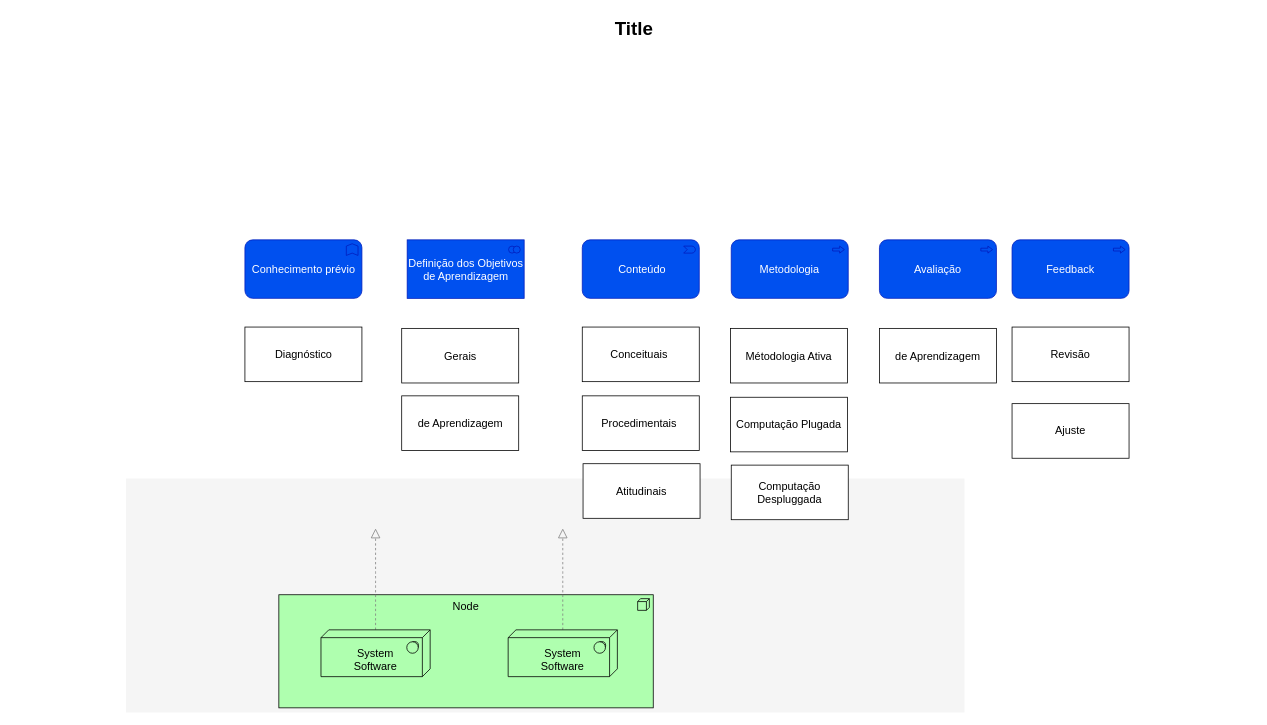
The draw.io diagram Plano 1.drawio in RosianeSangali/RosianeSangali, before the edit. Source tidied: cells renumbered, new cells numbered last; positions are measured from the earlier drawing's top-left corner, leaving out a move shared by most shapes. Both pictures are drawn from the tidied source at 78%, with x=0, y=0 at pixel (13, 13).
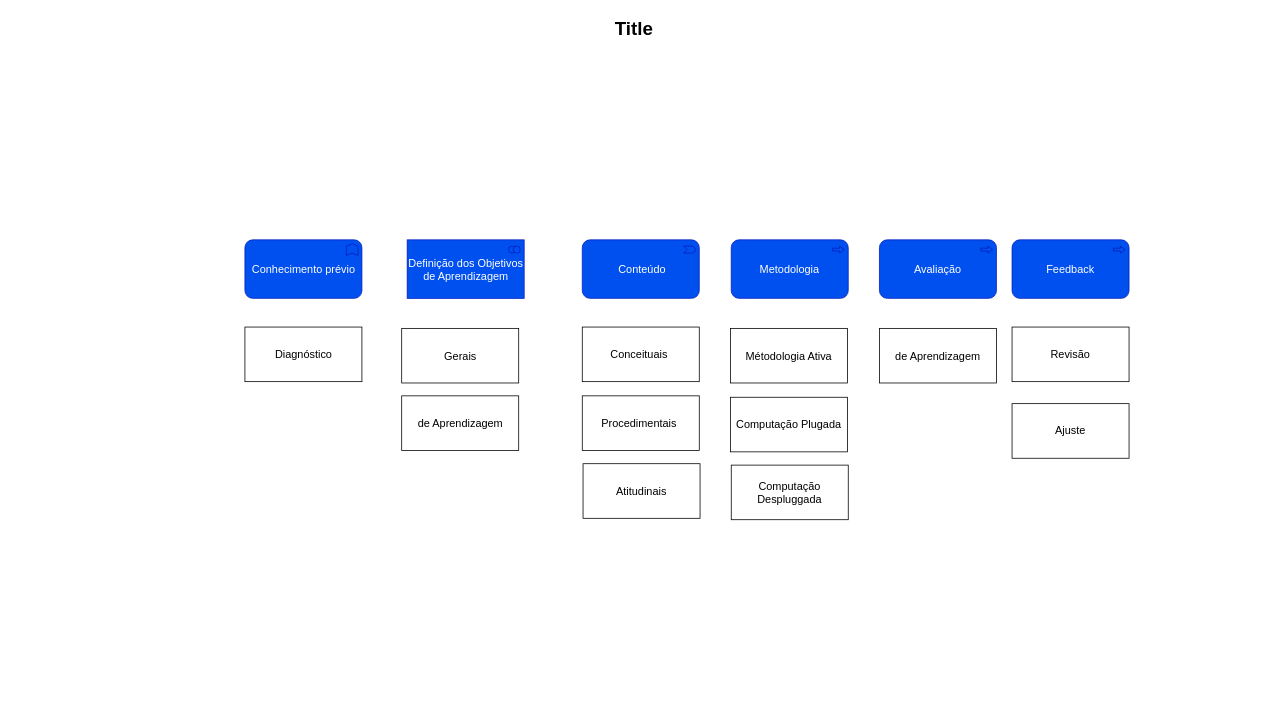
The same diagram, later.

Change to the diagram source:
```diff
@@
-    <mxCell id="2" style="whiteSpace=wrap;html=1;strokeColor=none;strokeWidth=1;fillColor=#f5f5f5;fontSize=14;" parent="1" vertex="1">
-      <mxGeometry x="144" y="596" width="1075" height="300" as="geometry" />
-    </mxCell>
-    <mxCell id="3" value="Node" style="html=1;whiteSpace=wrap;fillColor=#AFFFAF;shape=mxgraph.archimate3.application;appType=node;archiType=square;fontSize=14;verticalAlign=top;" parent="1" vertex="1">
-      <mxGeometry x="340" y="745" width="480" height="145" as="geometry" />
-    </mxCell>
-    <mxCell id="4" style="edgeStyle=elbowEdgeStyle;rounded=1;elbow=vertical;html=1;startSize=10;endArrow=block;endFill=0;endSize=10;jettySize=auto;strokeColor=#808080;fontSize=14;dashed=1;" parent="1" edge="1" source="5">
-      <mxGeometry relative="1" as="geometry">
-        <mxPoint x="464" y="660" as="targetPoint" />
-      </mxGeometry>
-    </mxCell>
-    <mxCell id="5" value="&lt;div&gt;&lt;br&gt;&lt;/div&gt;System&lt;div&gt;Software&lt;/div&gt;" style="html=1;whiteSpace=wrap;fillColor=#AFFFAF;shape=mxgraph.archimate3.tech;techType=sysSw;fontSize=14;" parent="1" vertex="1">
-      <mxGeometry x="394" y="790" width="140" height="60" as="geometry" />
-    </mxCell>
-    <mxCell id="6" style="edgeStyle=elbowEdgeStyle;rounded=1;elbow=vertical;html=1;startSize=10;endArrow=block;endFill=0;endSize=10;jettySize=auto;strokeColor=#808080;fontSize=14;dashed=1;" parent="1" edge="1" source="7">
-      <mxGeometry relative="1" as="geometry">
-        <mxPoint x="704" y="660" as="targetPoint" />
-      </mxGeometry>
-    </mxCell>
-    <mxCell id="7" value="&lt;div&gt;&lt;br&gt;&lt;/div&gt;&lt;div&gt;&lt;span&gt;System&lt;/span&gt;&lt;div&gt;Software&lt;/div&gt;&lt;/div&gt;" style="html=1;whiteSpace=wrap;fillColor=#AFFFAF;shape=mxgraph.archimate3.tech;techType=sysSw;fontSize=14;" parent="1" vertex="1">
-      <mxGeometry x="634" y="790" width="140" height="60" as="geometry" />
-    </mxCell>
```
